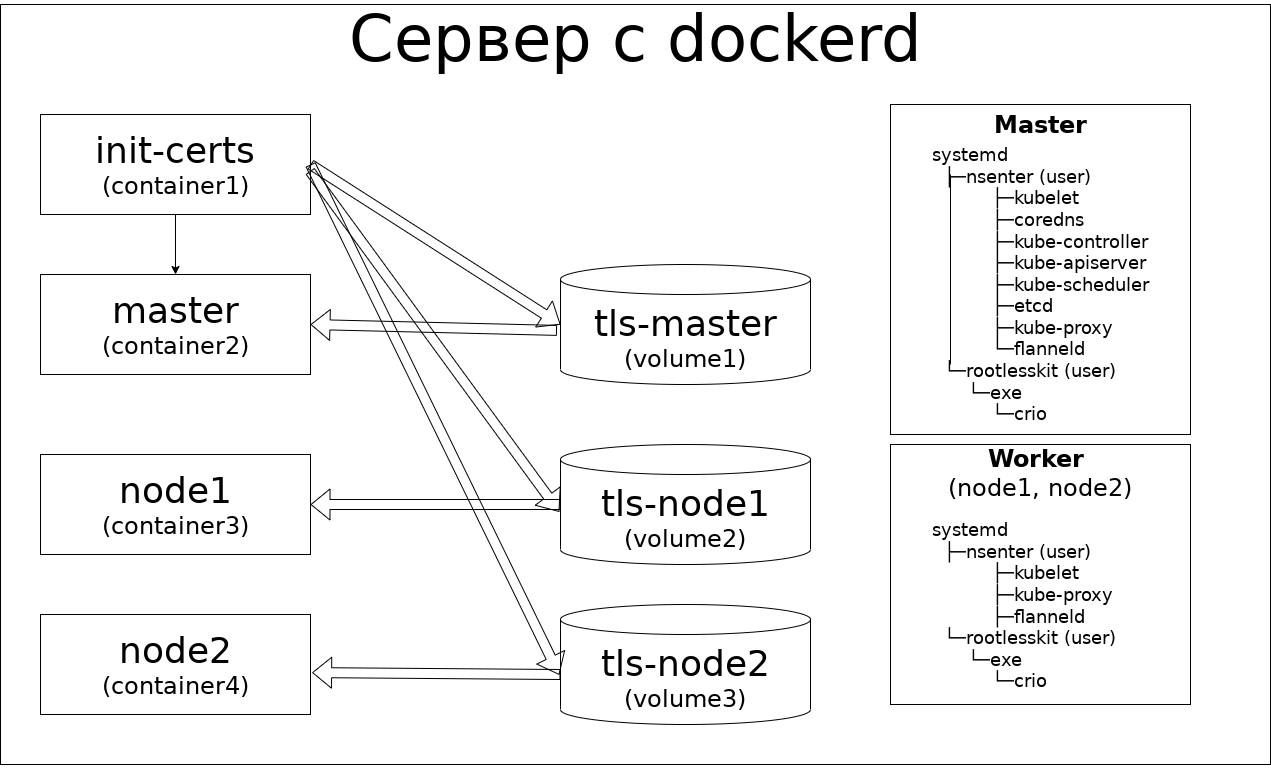
Before: docs/XIX_conference/Images/usernetes.drawio.png, a diagram exported from draw.io (alt-cloud/podsec). Source tidied: cells renumbered, new cells last; positions are measured from the earlier drawing's top-left corner, leaving out a move shared by most shapes. Source of this version:
```xml
<mxGraphModel>
  <root>
    <mxCell id="0" />
    <mxCell id="1" parent="0" />
    <mxCell id="2" value="&lt;font style=&quot;font-size: 64px;&quot;&gt;Сервер с dockerd&lt;br&gt;&lt;br&gt;&lt;br&gt;&lt;br&gt;&lt;br&gt;&lt;br&gt;&lt;br&gt;&lt;br&gt;&lt;br&gt;&lt;br&gt;&lt;/font&gt;" style="rounded=0;whiteSpace=wrap;html=1;" parent="1" vertex="1">
      <mxGeometry width="1270" height="760" as="geometry" />
    </mxCell>
    <mxCell id="3" style="edgeStyle=orthogonalEdgeStyle;rounded=0;jettySize=auto;html=1;" parent="1" edge="1" source="4" target="5">
      <mxGeometry relative="1" as="geometry" />
    </mxCell>
    <mxCell id="4" value="&lt;font style=&quot;&quot;&gt;&lt;span style=&quot;font-size: 36px;&quot;&gt;init-certs&lt;/span&gt;&lt;br&gt;&lt;font style=&quot;font-size: 24px;&quot;&gt;(сontainer1)&lt;/font&gt;&lt;br&gt;&lt;/font&gt;" style="rounded=0;whiteSpace=wrap;html=1;" parent="1" vertex="1">
      <mxGeometry x="40" y="110" width="270" height="100" as="geometry" />
    </mxCell>
    <mxCell id="5" value="&lt;font style=&quot;&quot;&gt;&lt;span style=&quot;font-size: 36px;&quot;&gt;master&lt;/span&gt;&lt;br&gt;&lt;font style=&quot;font-size: 24px;&quot;&gt;(сontainer2)&lt;/font&gt;&lt;br&gt;&lt;/font&gt;" style="rounded=0;whiteSpace=wrap;html=1;" parent="1" vertex="1">
      <mxGeometry x="40" y="270" width="270" height="100" as="geometry" />
    </mxCell>
    <mxCell id="6" value="&lt;font style=&quot;&quot;&gt;&lt;span style=&quot;font-size: 36px;&quot;&gt;node1&lt;/span&gt;&lt;br&gt;&lt;font style=&quot;font-size: 24px;&quot;&gt;(сontainer3)&lt;/font&gt;&lt;br&gt;&lt;/font&gt;" style="rounded=0;whiteSpace=wrap;html=1;" parent="1" vertex="1">
      <mxGeometry x="40" y="450" width="270" height="100" as="geometry" />
    </mxCell>
    <mxCell id="7" value="&lt;font style=&quot;&quot;&gt;&lt;span style=&quot;font-size: 36px;&quot;&gt;node2&lt;/span&gt;&lt;br&gt;&lt;font style=&quot;font-size: 24px;&quot;&gt;(сontainer4)&lt;/font&gt;&lt;br&gt;&lt;/font&gt;" style="rounded=0;whiteSpace=wrap;html=1;" parent="1" vertex="1">
      <mxGeometry x="40" y="610" width="270" height="100" as="geometry" />
    </mxCell>
    <mxCell id="8" value="&lt;font style=&quot;&quot;&gt;&lt;span style=&quot;font-size: 36px;&quot;&gt;tls-master&lt;/span&gt;&lt;br&gt;&lt;font style=&quot;font-size: 24px;&quot;&gt;(volume1)&lt;/font&gt;&lt;br&gt;&lt;/font&gt;" style="shape=cylinder3;whiteSpace=wrap;html=1;boundedLbl=1;backgroundOutline=1;size=15;" parent="1" vertex="1">
      <mxGeometry x="560" y="260" width="250" height="120" as="geometry" />
    </mxCell>
    <mxCell id="9" value="&lt;font style=&quot;&quot;&gt;&lt;span style=&quot;font-size: 36px;&quot;&gt;tls-node1&lt;/span&gt;&lt;br&gt;&lt;font style=&quot;font-size: 24px;&quot;&gt;(volume2)&lt;/font&gt;&lt;br&gt;&lt;/font&gt;" style="shape=cylinder3;whiteSpace=wrap;html=1;boundedLbl=1;backgroundOutline=1;size=15;" parent="1" vertex="1">
      <mxGeometry x="560" y="440" width="250" height="120" as="geometry" />
    </mxCell>
    <mxCell id="10" value="&lt;font style=&quot;&quot;&gt;&lt;span style=&quot;font-size: 36px;&quot;&gt;tls-node2&lt;/span&gt;&lt;br&gt;&lt;font style=&quot;font-size: 24px;&quot;&gt;(volume3)&lt;/font&gt;&lt;br&gt;&lt;/font&gt;" style="shape=cylinder3;whiteSpace=wrap;html=1;boundedLbl=1;backgroundOutline=1;size=15;" parent="1" vertex="1">
      <mxGeometry x="560" y="600" width="250" height="120" as="geometry" />
    </mxCell>
    <mxCell id="11" style="shape=flexArrow;endArrow=classic;html=1;rounded=0;entryX=0;entryY=0.5;entryDx=0;entryDy=0;entryPerimeter=0;exitX=1;exitY=0.5;exitDx=0;exitDy=0;" parent="1" edge="1" source="4" target="8">
      <mxGeometry relative="1" as="geometry" />
    </mxCell>
    <mxCell id="12" style="shape=flexArrow;endArrow=classic;html=1;rounded=0;entryX=-0.005;entryY=0.561;entryDx=0;entryDy=0;entryPerimeter=0;exitX=0.998;exitY=0.566;exitDx=0;exitDy=0;exitPerimeter=0;" parent="1" edge="1" source="4" target="9">
      <mxGeometry relative="1" as="geometry" />
    </mxCell>
    <mxCell id="13" style="shape=flexArrow;endArrow=classic;html=1;rounded=0;entryX=-0.005;entryY=0.586;entryDx=0;entryDy=0;entryPerimeter=0;" parent="1" edge="1" target="10">
      <mxGeometry relative="1" as="geometry">
        <mxPoint x="310" y="160" as="sourcePoint" />
      </mxGeometry>
    </mxCell>
    <mxCell id="14" style="shape=flexArrow;endArrow=classic;html=1;rounded=0;entryX=1;entryY=0.5;entryDx=0;entryDy=0;exitX=-0.014;exitY=0.549;exitDx=0;exitDy=0;exitPerimeter=0;" parent="1" edge="1" source="8" target="5">
      <mxGeometry relative="1" as="geometry" />
    </mxCell>
    <mxCell id="15" style="shape=flexArrow;endArrow=classic;html=1;rounded=0;entryX=1;entryY=0.5;entryDx=0;entryDy=0;exitX=0;exitY=0.5;exitDx=0;exitDy=0;exitPerimeter=0;" parent="1" edge="1" source="9" target="6">
      <mxGeometry relative="1" as="geometry" />
    </mxCell>
    <mxCell id="16" style="shape=flexArrow;endArrow=classic;html=1;rounded=0;entryX=1.006;entryY=0.581;entryDx=0;entryDy=0;entryPerimeter=0;" parent="1" edge="1" target="7">
      <mxGeometry relative="1" as="geometry">
        <mxPoint x="560" y="670" as="sourcePoint" />
      </mxGeometry>
    </mxCell>
    <mxCell id="17" value="&lt;div style=&quot;font-size: 24px;&quot;&gt;&lt;b&gt;Master&lt;/b&gt;&lt;/div&gt;&lt;div style=&quot;font-size: 24px;&quot;&gt;&lt;br&gt;&lt;/div&gt;&lt;div style=&quot;font-size: 24px;&quot;&gt;&lt;br&gt;&lt;/div&gt;&lt;div style=&quot;font-size: 24px;&quot;&gt;&lt;br&gt;&lt;/div&gt;&lt;div style=&quot;font-size: 24px;&quot;&gt;&lt;br&gt;&lt;/div&gt;&lt;div style=&quot;font-size: 24px;&quot;&gt;&lt;br&gt;&lt;/div&gt;&lt;div style=&quot;font-size: 24px;&quot;&gt;&lt;br&gt;&lt;/div&gt;&lt;div style=&quot;font-size: 24px;&quot;&gt;&lt;br&gt;&lt;/div&gt;&lt;div style=&quot;font-size: 24px;&quot;&gt;&lt;br&gt;&lt;/div&gt;&lt;div style=&quot;font-size: 24px;&quot;&gt;&lt;br&gt;&lt;/div&gt;&lt;div style=&quot;font-size: 24px;&quot;&gt;&lt;br&gt;&lt;/div&gt;" style="rounded=0;whiteSpace=wrap;html=1;" parent="1" vertex="1">
      <mxGeometry x="890" y="100" width="300" height="330" as="geometry" />
    </mxCell>
    <mxCell id="18" value="&lt;font face=&quot;Courier New&quot; style=&quot;font-size: 18px;&quot;&gt;&lt;div style=&quot;&quot;&gt;&lt;div&gt;systemd&lt;/div&gt;&lt;div&gt;&amp;nbsp; ├─nsenter (user)&lt;br&gt;&amp;nbsp; &amp;nbsp; &amp;nbsp; &amp;nbsp; &amp;nbsp;&amp;nbsp;├&lt;span style=&quot;background-color: initial;&quot;&gt;─kubelet&lt;/span&gt;&lt;/div&gt;&lt;div style=&quot;border-color: var(--border-color);&quot;&gt;&amp;nbsp; &amp;nbsp; &amp;nbsp; &amp;nbsp; &amp;nbsp; ├─coredns&lt;/div&gt;&lt;div style=&quot;border-color: var(--border-color);&quot;&gt;&amp;nbsp; &amp;nbsp; &amp;nbsp; &amp;nbsp; &amp;nbsp; ├─kube-controller&lt;/div&gt;&lt;div style=&quot;border-color: var(--border-color);&quot;&gt;&amp;nbsp; &amp;nbsp; &amp;nbsp; &amp;nbsp; &amp;nbsp; ├─kube-apiserver&lt;/div&gt;&lt;div style=&quot;border-color: var(--border-color);&quot;&gt;&amp;nbsp; &amp;nbsp; &amp;nbsp; &amp;nbsp; &amp;nbsp; ├─kube-scheduler&lt;/div&gt;&lt;div style=&quot;border-color: var(--border-color);&quot;&gt;&amp;nbsp; &amp;nbsp; &amp;nbsp; &amp;nbsp; &amp;nbsp; ├─etcd&lt;/div&gt;&lt;div style=&quot;border-color: var(--border-color);&quot;&gt;&amp;nbsp; &amp;nbsp; &amp;nbsp; &amp;nbsp; &amp;nbsp; ├─kube-proxy&lt;/div&gt;&lt;div&gt;&amp;nbsp; &amp;nbsp; &amp;nbsp; &amp;nbsp; &amp;nbsp;&amp;nbsp;└&lt;span style=&quot;background-color: initial;&quot;&gt;─flanneld&lt;/span&gt;&lt;/div&gt;&lt;div&gt;&amp;nbsp; └─rootlesskit (user)&lt;/div&gt;&lt;div&gt;&amp;nbsp; &amp;nbsp; &amp;nbsp; └─exe&lt;/div&gt;&lt;div&gt;&amp;nbsp; &amp;nbsp; &amp;nbsp; &amp;nbsp; &amp;nbsp; └─crio&lt;/div&gt;&lt;/div&gt;&lt;/font&gt;" style="text;html=1;strokeColor=none;fillColor=none;align=left;verticalAlign=middle;whiteSpace=wrap;rounded=0;" parent="1" vertex="1">
      <mxGeometry x="930" y="140" width="250" height="280" as="geometry" />
    </mxCell>
    <mxCell id="19" value="&lt;div style=&quot;font-size: 24px;&quot;&gt;&lt;b&gt;Worker&amp;nbsp;&lt;br&gt;&lt;/b&gt;&lt;span style=&quot;background-color: initial;&quot;&gt;(node1, node2)&lt;/span&gt;&lt;/div&gt;&lt;div style=&quot;font-size: 24px;&quot;&gt;&lt;br&gt;&lt;/div&gt;&lt;div style=&quot;font-size: 24px;&quot;&gt;&lt;br&gt;&lt;/div&gt;&lt;div style=&quot;font-size: 24px;&quot;&gt;&lt;br&gt;&lt;/div&gt;&lt;div style=&quot;font-size: 24px;&quot;&gt;&lt;br&gt;&lt;/div&gt;&lt;div style=&quot;font-size: 24px;&quot;&gt;&lt;br&gt;&lt;/div&gt;&lt;div style=&quot;font-size: 24px;&quot;&gt;&lt;br&gt;&lt;/div&gt;&lt;div style=&quot;font-size: 24px;&quot;&gt;&lt;br&gt;&lt;/div&gt;" style="rounded=0;whiteSpace=wrap;html=1;" parent="1" vertex="1">
      <mxGeometry x="890" y="440" width="300" height="260" as="geometry" />
    </mxCell>
    <mxCell id="20" value="&lt;font face=&quot;Courier New&quot; style=&quot;font-size: 18px;&quot;&gt;&lt;div style=&quot;&quot;&gt;&lt;div&gt;systemd&lt;/div&gt;&lt;div&gt;&amp;nbsp; ├─nsenter (user)&lt;br&gt;&lt;div style=&quot;border-color: var(--border-color);&quot;&gt;&amp;nbsp; &amp;nbsp; &amp;nbsp; &amp;nbsp; &amp;nbsp; ├─kubelet&lt;/div&gt;&lt;/div&gt;&lt;div&gt;&lt;span style=&quot;border-color: var(--border-color); background-color: initial;&quot;&gt;&lt;div style=&quot;border-color: var(--border-color);&quot;&gt;&amp;nbsp; &amp;nbsp; &amp;nbsp; &amp;nbsp; &amp;nbsp; ├─kube-proxy&lt;/div&gt;&lt;div style=&quot;border-color: var(--border-color);&quot;&gt;&amp;nbsp; &amp;nbsp; &amp;nbsp; &amp;nbsp; &amp;nbsp; ├─flanneld&lt;/div&gt;&lt;/span&gt;&lt;/div&gt;&lt;div&gt;&amp;nbsp; └─rootlesskit (user)&lt;/div&gt;&lt;div&gt;&amp;nbsp; &amp;nbsp; &amp;nbsp; └─exe&lt;/div&gt;&lt;div&gt;&amp;nbsp; &amp;nbsp; &amp;nbsp; &amp;nbsp; &amp;nbsp; └─crio&lt;/div&gt;&lt;/div&gt;&lt;/font&gt;" style="text;html=1;strokeColor=none;fillColor=none;align=left;verticalAlign=middle;whiteSpace=wrap;rounded=0;" parent="1" vertex="1">
      <mxGeometry x="930" y="520" width="215" height="161" as="geometry" />
    </mxCell>
    <mxCell id="21" style="endArrow=none;html=1;rounded=0;endSize=8;strokeWidth=1;" parent="1" edge="1">
      <mxGeometry relative="1" as="geometry">
        <mxPoint x="950" y="360" as="sourcePoint" />
        <mxPoint x="950" y="170" as="targetPoint" />
      </mxGeometry>
    </mxCell>
  </root>
</mxGraphModel>
```
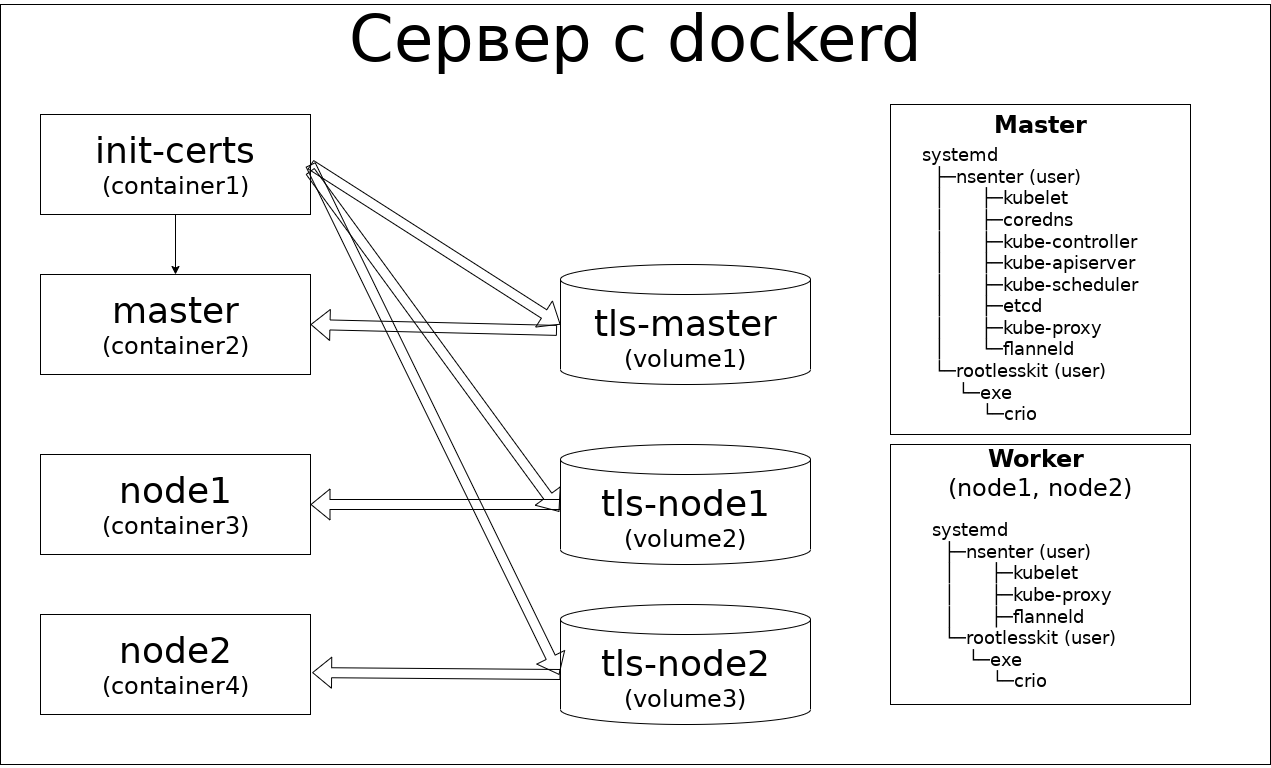
After the commit.

Change to the diagram source:
```diff
@@ -54,20 +54,14 @@
     <mxCell id="17" value="&lt;div style=&quot;font-size: 24px;&quot;&gt;&lt;b&gt;Master&lt;/b&gt;&lt;/div&gt;&lt;div style=&quot;font-size: 24px;&quot;&gt;&lt;br&gt;&lt;/div&gt;&lt;div style=&quot;font-size: 24px;&quot;&gt;&lt;br&gt;&lt;/div&gt;&lt;div style=&quot;font-size: 24px;&quot;&gt;&lt;br&gt;&lt;/div&gt;&lt;div style=&quot;font-size: 24px;&quot;&gt;&lt;br&gt;&lt;/div&gt;&lt;div style=&quot;font-size: 24px;&quot;&gt;&lt;br&gt;&lt;/div&gt;&lt;div style=&quot;font-size: 24px;&quot;&gt;&lt;br&gt;&lt;/div&gt;&lt;div style=&quot;font-size: 24px;&quot;&gt;&lt;br&gt;&lt;/div&gt;&lt;div style=&quot;font-size: 24px;&quot;&gt;&lt;br&gt;&lt;/div&gt;&lt;div style=&quot;font-size: 24px;&quot;&gt;&lt;br&gt;&lt;/div&gt;&lt;div style=&quot;font-size: 24px;&quot;&gt;&lt;br&gt;&lt;/div&gt;" style="rounded=0;whiteSpace=wrap;html=1;" parent="1" vertex="1">
       <mxGeometry x="890" y="100" width="300" height="330" as="geometry" />
     </mxCell>
-    <mxCell id="18" value="&lt;font face=&quot;Courier New&quot; style=&quot;font-size: 18px;&quot;&gt;&lt;div style=&quot;&quot;&gt;&lt;div&gt;systemd&lt;/div&gt;&lt;div&gt;&amp;nbsp; ├─nsenter (user)&lt;br&gt;&amp;nbsp; &amp;nbsp; &amp;nbsp; &amp;nbsp; &amp;nbsp;&amp;nbsp;├&lt;span style=&quot;background-color: initial;&quot;&gt;─kubelet&lt;/span&gt;&lt;/div&gt;&lt;div style=&quot;border-color: var(--border-color);&quot;&gt;&amp;nbsp; &amp;nbsp; &amp;nbsp; &amp;nbsp; &amp;nbsp; ├─coredns&lt;/div&gt;&lt;div style=&quot;border-color: var(--border-color);&quot;&gt;&amp;nbsp; &amp;nbsp; &amp;nbsp; &amp;nbsp; &amp;nbsp; ├─kube-controller&lt;/div&gt;&lt;div style=&quot;border-color: var(--border-color);&quot;&gt;&amp;nbsp; &amp;nbsp; &amp;nbsp; &amp;nbsp; &amp;nbsp; ├─kube-apiserver&lt;/div&gt;&lt;div style=&quot;border-color: var(--border-color);&quot;&gt;&amp;nbsp; &amp;nbsp; &amp;nbsp; &amp;nbsp; &amp;nbsp; ├─kube-scheduler&lt;/div&gt;&lt;div style=&quot;border-color: var(--border-color);&quot;&gt;&amp;nbsp; &amp;nbsp; &amp;nbsp; &amp;nbsp; &amp;nbsp; ├─etcd&lt;/div&gt;&lt;div style=&quot;border-color: var(--border-color);&quot;&gt;&amp;nbsp; &amp;nbsp; &amp;nbsp; &amp;nbsp; &amp;nbsp; ├─kube-proxy&lt;/div&gt;&lt;div&gt;&amp;nbsp; &amp;nbsp; &amp;nbsp; &amp;nbsp; &amp;nbsp;&amp;nbsp;└&lt;span style=&quot;background-color: initial;&quot;&gt;─flanneld&lt;/span&gt;&lt;/div&gt;&lt;div&gt;&amp;nbsp; └─rootlesskit (user)&lt;/div&gt;&lt;div&gt;&amp;nbsp; &amp;nbsp; &amp;nbsp; └─exe&lt;/div&gt;&lt;div&gt;&amp;nbsp; &amp;nbsp; &amp;nbsp; &amp;nbsp; &amp;nbsp; └─crio&lt;/div&gt;&lt;/div&gt;&lt;/font&gt;" style="text;html=1;strokeColor=none;fillColor=none;align=left;verticalAlign=middle;whiteSpace=wrap;rounded=0;" parent="1" vertex="1">
-      <mxGeometry x="930" y="140" width="250" height="280" as="geometry" />
+    <mxCell id="18" value="&lt;font face=&quot;Courier New&quot; style=&quot;font-size: 18px;&quot;&gt;&lt;div style=&quot;&quot;&gt;&lt;div&gt;systemd&lt;/div&gt;&lt;div&gt;&amp;nbsp; ├─nsenter (user)&lt;br&gt;&amp;nbsp; │&amp;nbsp; &amp;nbsp; &amp;nbsp; ├&lt;span style=&quot;background-color: initial;&quot;&gt;─kubelet&lt;/span&gt;&lt;/div&gt;&lt;div style=&quot;border-color: var(--border-color);&quot;&gt;&amp;nbsp;&amp;nbsp;│&lt;span style=&quot;background-color: initial;&quot;&gt;&amp;nbsp; &amp;nbsp; &amp;nbsp; ├─coredns&lt;/span&gt;&lt;/div&gt;&lt;div style=&quot;border-color: var(--border-color);&quot;&gt;&amp;nbsp; │&amp;nbsp; &amp;nbsp; &amp;nbsp; ├─kube-controller&lt;/div&gt;&lt;div style=&quot;border-color: var(--border-color);&quot;&gt;&amp;nbsp; │ &amp;nbsp; &amp;nbsp; &amp;nbsp;├─kube-apiserver&lt;/div&gt;&lt;div style=&quot;border-color: var(--border-color);&quot;&gt;&amp;nbsp; │&amp;nbsp; &amp;nbsp; &amp;nbsp; ├─kube-scheduler&lt;/div&gt;&lt;div style=&quot;border-color: var(--border-color);&quot;&gt;&amp;nbsp; │&amp;nbsp; &amp;nbsp; &amp;nbsp; ├─etcd&lt;/div&gt;&lt;div style=&quot;border-color: var(--border-color);&quot;&gt;&amp;nbsp; │&amp;nbsp; &amp;nbsp; &amp;nbsp; ├─kube-proxy&lt;/div&gt;&lt;div&gt;&amp;nbsp; │&amp;nbsp; &amp;nbsp; &amp;nbsp; └&lt;span style=&quot;background-color: initial;&quot;&gt;─flanneld&lt;/span&gt;&lt;/div&gt;&lt;div&gt;&amp;nbsp; └─rootlesskit (user)&lt;/div&gt;&lt;div&gt;&amp;nbsp; &amp;nbsp; &amp;nbsp; └─exe&lt;/div&gt;&lt;div&gt;&amp;nbsp; &amp;nbsp; &amp;nbsp; &amp;nbsp; &amp;nbsp; └─crio&lt;/div&gt;&lt;/div&gt;&lt;/font&gt;" style="text;html=1;strokeColor=none;fillColor=none;align=left;verticalAlign=middle;whiteSpace=wrap;rounded=0;" parent="1" vertex="1">
+      <mxGeometry x="920" y="140" width="261" height="280" as="geometry" />
     </mxCell>
     <mxCell id="19" value="&lt;div style=&quot;font-size: 24px;&quot;&gt;&lt;b&gt;Worker&amp;nbsp;&lt;br&gt;&lt;/b&gt;&lt;span style=&quot;background-color: initial;&quot;&gt;(node1, node2)&lt;/span&gt;&lt;/div&gt;&lt;div style=&quot;font-size: 24px;&quot;&gt;&lt;br&gt;&lt;/div&gt;&lt;div style=&quot;font-size: 24px;&quot;&gt;&lt;br&gt;&lt;/div&gt;&lt;div style=&quot;font-size: 24px;&quot;&gt;&lt;br&gt;&lt;/div&gt;&lt;div style=&quot;font-size: 24px;&quot;&gt;&lt;br&gt;&lt;/div&gt;&lt;div style=&quot;font-size: 24px;&quot;&gt;&lt;br&gt;&lt;/div&gt;&lt;div style=&quot;font-size: 24px;&quot;&gt;&lt;br&gt;&lt;/div&gt;&lt;div style=&quot;font-size: 24px;&quot;&gt;&lt;br&gt;&lt;/div&gt;" style="rounded=0;whiteSpace=wrap;html=1;" parent="1" vertex="1">
       <mxGeometry x="890" y="440" width="300" height="260" as="geometry" />
     </mxCell>
-    <mxCell id="20" value="&lt;font face=&quot;Courier New&quot; style=&quot;font-size: 18px;&quot;&gt;&lt;div style=&quot;&quot;&gt;&lt;div&gt;systemd&lt;/div&gt;&lt;div&gt;&amp;nbsp; ├─nsenter (user)&lt;br&gt;&lt;div style=&quot;border-color: var(--border-color);&quot;&gt;&amp;nbsp; &amp;nbsp; &amp;nbsp; &amp;nbsp; &amp;nbsp; ├─kubelet&lt;/div&gt;&lt;/div&gt;&lt;div&gt;&lt;span style=&quot;border-color: var(--border-color); background-color: initial;&quot;&gt;&lt;div style=&quot;border-color: var(--border-color);&quot;&gt;&amp;nbsp; &amp;nbsp; &amp;nbsp; &amp;nbsp; &amp;nbsp; ├─kube-proxy&lt;/div&gt;&lt;div style=&quot;border-color: var(--border-color);&quot;&gt;&amp;nbsp; &amp;nbsp; &amp;nbsp; &amp;nbsp; &amp;nbsp; ├─flanneld&lt;/div&gt;&lt;/span&gt;&lt;/div&gt;&lt;div&gt;&amp;nbsp; └─rootlesskit (user)&lt;/div&gt;&lt;div&gt;&amp;nbsp; &amp;nbsp; &amp;nbsp; └─exe&lt;/div&gt;&lt;div&gt;&amp;nbsp; &amp;nbsp; &amp;nbsp; &amp;nbsp; &amp;nbsp; └─crio&lt;/div&gt;&lt;/div&gt;&lt;/font&gt;" style="text;html=1;strokeColor=none;fillColor=none;align=left;verticalAlign=middle;whiteSpace=wrap;rounded=0;" parent="1" vertex="1">
+    <mxCell id="20" value="&lt;font face=&quot;Courier New&quot; style=&quot;font-size: 18px;&quot;&gt;&lt;div style=&quot;&quot;&gt;&lt;div&gt;systemd&lt;/div&gt;&lt;div&gt;&amp;nbsp; ├─nsenter (user)&lt;br&gt;&lt;div style=&quot;border-color: var(--border-color);&quot;&gt;&amp;nbsp; │&amp;nbsp; &amp;nbsp; &amp;nbsp; ├─kubelet&lt;/div&gt;&lt;/div&gt;&lt;div&gt;&lt;span style=&quot;border-color: var(--border-color); background-color: initial;&quot;&gt;&lt;div style=&quot;border-color: var(--border-color);&quot;&gt;&amp;nbsp; │&amp;nbsp; &amp;nbsp; &amp;nbsp; ├─kube-proxy&lt;/div&gt;&lt;div style=&quot;border-color: var(--border-color);&quot;&gt;&amp;nbsp; │&amp;nbsp; &amp;nbsp; &amp;nbsp; ├─flanneld&lt;/div&gt;&lt;/span&gt;&lt;/div&gt;&lt;div&gt;&amp;nbsp; └─rootlesskit (user)&lt;/div&gt;&lt;div&gt;&amp;nbsp; &amp;nbsp; &amp;nbsp; └─exe&lt;/div&gt;&lt;div&gt;&amp;nbsp; &amp;nbsp; &amp;nbsp; &amp;nbsp; &amp;nbsp; └─crio&lt;/div&gt;&lt;/div&gt;&lt;/font&gt;" style="text;html=1;strokeColor=none;fillColor=none;align=left;verticalAlign=middle;whiteSpace=wrap;rounded=0;" parent="1" vertex="1">
       <mxGeometry x="930" y="520" width="215" height="161" as="geometry" />
     </mxCell>
-    <mxCell id="21" style="endArrow=none;html=1;rounded=0;endSize=8;strokeWidth=1;" parent="1" edge="1">
-      <mxGeometry relative="1" as="geometry">
-        <mxPoint x="950" y="360" as="sourcePoint" />
-        <mxPoint x="950" y="170" as="targetPoint" />
-      </mxGeometry>
-    </mxCell>
   </root>
 </mxGraphModel>
```
